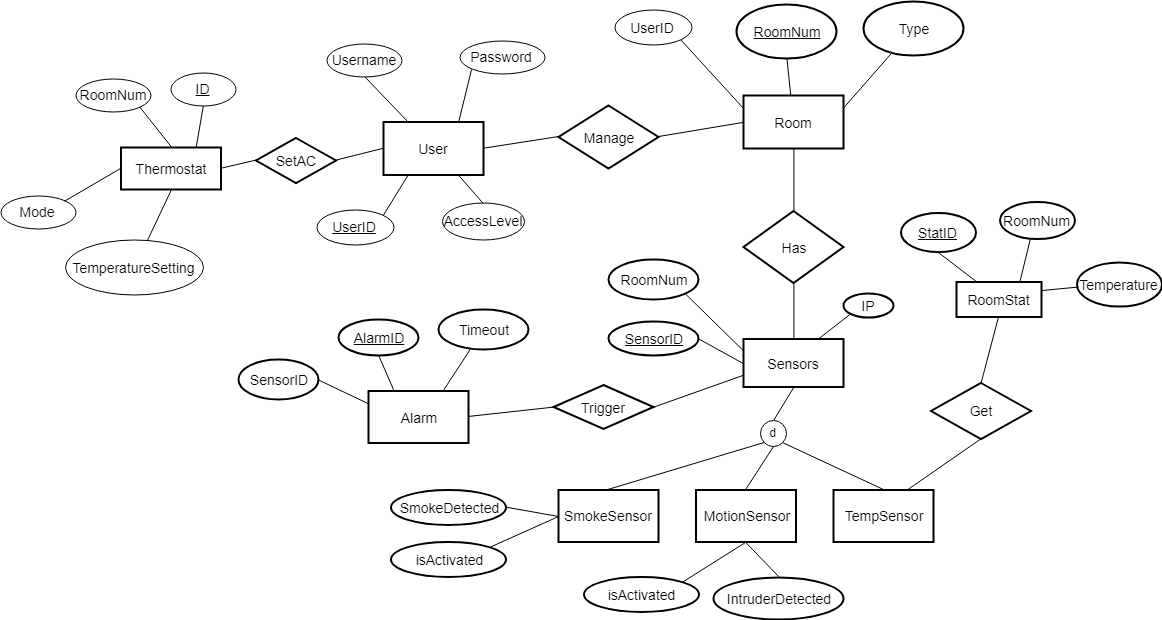
Above: ERD/RevisedERD.png in computationalmystic/Zephyr-group12 (draw.io), before the change. Source tidied: cells renumbered, new cells last; positions are measured from the earlier drawing's top-left corner, leaving out a move shared by most shapes. The source it was exported from:
```xml
<mxGraphModel background="#ffffff">
  <root>
    <mxCell id="0" />
    <mxCell id="1" parent="0" />
    <mxCell id="2" style="edgeStyle=none;rounded=0;html=1;entryX=0.5;entryY=1;entryDx=0;entryDy=0;endArrow=none;endFill=0;jettySize=auto;" parent="1" edge="1" source="4" target="7">
      <mxGeometry relative="1" as="geometry" />
    </mxCell>
    <mxCell id="3" style="edgeStyle=none;rounded=0;jettySize=auto;html=1;exitX=1;exitY=0.5;exitDx=0;exitDy=0;entryX=0;entryY=0.5;entryDx=0;entryDy=0;endArrow=none;endFill=0;" parent="1" edge="1" source="4" target="17">
      <mxGeometry relative="1" as="geometry" />
    </mxCell>
    <mxCell id="4" value="User" style="strokeWidth=2;whiteSpace=wrap;html=1;align=center;fontSize=14;" parent="1" vertex="1">
      <mxGeometry x="382" y="120.5" width="100" height="53" as="geometry" />
    </mxCell>
    <mxCell id="5" value="&lt;u&gt;&lt;font style=&quot;font-size: 14px&quot;&gt;UserID&lt;/font&gt;&lt;/u&gt;" style="ellipse;whiteSpace=wrap;html=1;" parent="1" vertex="1">
      <mxGeometry x="315" y="208" width="77" height="35" as="geometry" />
    </mxCell>
    <mxCell id="6" style="edgeStyle=none;rounded=0;html=1;endArrow=none;endFill=0;jettySize=auto;exitX=0.25;exitY=1;exitDx=0;exitDy=0;entryX=1;entryY=0;entryDx=0;entryDy=0;" parent="1" edge="1" source="4" target="5">
      <mxGeometry relative="1" as="geometry" />
    </mxCell>
    <mxCell id="7" value="&lt;font style=&quot;font-size: 14px&quot;&gt;Username&lt;/font&gt;" style="ellipse;whiteSpace=wrap;html=1;" parent="1" vertex="1">
      <mxGeometry x="325.5" y="42" width="75" height="33" as="geometry" />
    </mxCell>
    <mxCell id="8" value="&lt;font style=&quot;font-size: 14px&quot;&gt;Password&lt;/font&gt;" style="ellipse;whiteSpace=wrap;html=1;" parent="1" vertex="1">
      <mxGeometry x="458" y="39.5" width="85" height="33" as="geometry" />
    </mxCell>
    <mxCell id="9" style="edgeStyle=none;rounded=0;html=1;entryX=0;entryY=1;entryDx=0;entryDy=0;endArrow=none;endFill=0;jettySize=auto;exitX=0.75;exitY=0;exitDx=0;exitDy=0;" parent="1" edge="1" source="4" target="8">
      <mxGeometry relative="1" as="geometry" />
    </mxCell>
    <mxCell id="10" style="rounded=0;jettySize=auto;html=1;entryX=0.5;entryY=1;entryDx=0;entryDy=0;endArrow=none;endFill=0;" parent="1" edge="1" source="13" target="14">
      <mxGeometry relative="1" as="geometry" />
    </mxCell>
    <mxCell id="11" style="edgeStyle=none;rounded=0;jettySize=auto;html=1;exitX=1;exitY=0.25;exitDx=0;exitDy=0;endArrow=none;endFill=0;" parent="1" edge="1" source="13" target="15">
      <mxGeometry relative="1" as="geometry" />
    </mxCell>
    <mxCell id="12" style="edgeStyle=none;rounded=0;jettySize=auto;html=1;exitX=0.5;exitY=1;exitDx=0;exitDy=0;entryX=0.5;entryY=0;entryDx=0;entryDy=0;endArrow=none;endFill=0;" parent="1" edge="1" source="13" target="19">
      <mxGeometry relative="1" as="geometry" />
    </mxCell>
    <mxCell id="13" value="Room" style="strokeWidth=2;whiteSpace=wrap;html=1;align=center;fontSize=14;" parent="1" vertex="1">
      <mxGeometry x="742" y="94" width="100" height="53" as="geometry" />
    </mxCell>
    <mxCell id="14" value="&lt;font style=&quot;font-size: 14px&quot;&gt;&lt;u&gt;RoomNum&lt;/u&gt;&lt;/font&gt;" style="ellipse;whiteSpace=wrap;html=1;strokeWidth=2;" parent="1" vertex="1">
      <mxGeometry x="735" y="2.5" width="100" height="54" as="geometry" />
    </mxCell>
    <mxCell id="15" value="&lt;font style=&quot;font-size: 14px&quot;&gt;Type&lt;/font&gt;" style="ellipse;whiteSpace=wrap;html=1;strokeWidth=2;" parent="1" vertex="1">
      <mxGeometry x="862" y="-0.5" width="100" height="54" as="geometry" />
    </mxCell>
    <mxCell id="16" style="edgeStyle=none;rounded=0;jettySize=auto;html=1;exitX=1;exitY=0.5;exitDx=0;exitDy=0;entryX=0;entryY=0.5;entryDx=0;entryDy=0;endArrow=none;endFill=0;" parent="1" edge="1" source="17" target="13">
      <mxGeometry relative="1" as="geometry" />
    </mxCell>
    <mxCell id="17" value="Manage" style="shape=rhombus;strokeWidth=2;fontSize=17;perimeter=rhombusPerimeter;whiteSpace=wrap;html=1;align=center;fontSize=14;" parent="1" vertex="1">
      <mxGeometry x="557" y="104" width="100" height="63" as="geometry" />
    </mxCell>
    <mxCell id="18" style="edgeStyle=none;rounded=0;jettySize=auto;html=1;exitX=0.5;exitY=1;exitDx=0;exitDy=0;entryX=0.5;entryY=0;entryDx=0;entryDy=0;endArrow=none;endFill=0;" parent="1" edge="1" source="19" target="22">
      <mxGeometry relative="1" as="geometry" />
    </mxCell>
    <mxCell id="19" value="Has" style="shape=rhombus;strokeWidth=2;fontSize=17;perimeter=rhombusPerimeter;whiteSpace=wrap;html=1;align=center;fontSize=14;" parent="1" vertex="1">
      <mxGeometry x="742" y="209.5" width="100" height="72" as="geometry" />
    </mxCell>
    <mxCell id="20" style="edgeStyle=none;rounded=0;jettySize=auto;html=1;exitX=0;exitY=0.5;exitDx=0;exitDy=0;entryX=1;entryY=0.5;entryDx=0;entryDy=0;endArrow=none;endFill=0;" parent="1" edge="1" source="22" target="23">
      <mxGeometry relative="1" as="geometry" />
    </mxCell>
    <mxCell id="21" style="edgeStyle=none;rounded=0;jettySize=auto;html=1;exitX=0.5;exitY=1;exitDx=0;exitDy=0;entryX=0.5;entryY=0;entryDx=0;entryDy=0;endArrow=none;endFill=0;" parent="1" edge="1" source="22" target="27">
      <mxGeometry relative="1" as="geometry" />
    </mxCell>
    <mxCell id="22" value="Sensors" style="strokeWidth=2;whiteSpace=wrap;html=1;align=center;fontSize=14;" parent="1" vertex="1">
      <mxGeometry x="742" y="337.5" width="100" height="48" as="geometry" />
    </mxCell>
    <mxCell id="23" value="&lt;font style=&quot;font-size: 14px&quot;&gt;&lt;u&gt;SensorID&lt;/u&gt;&lt;/font&gt;" style="ellipse;whiteSpace=wrap;html=1;strokeWidth=2;" parent="1" vertex="1">
      <mxGeometry x="607" y="320" width="90" height="34" as="geometry" />
    </mxCell>
    <mxCell id="24" style="edgeStyle=none;rounded=0;jettySize=auto;html=1;exitX=0;exitY=1;exitDx=0;exitDy=0;entryX=0.5;entryY=0;entryDx=0;entryDy=0;endArrow=none;endFill=0;" parent="1" edge="1" source="27" target="29">
      <mxGeometry relative="1" as="geometry" />
    </mxCell>
    <mxCell id="25" style="edgeStyle=none;rounded=0;jettySize=auto;html=1;exitX=0.5;exitY=1;exitDx=0;exitDy=0;entryX=0.5;entryY=0;entryDx=0;entryDy=0;endArrow=none;endFill=0;" parent="1" edge="1" source="27" target="31">
      <mxGeometry relative="1" as="geometry" />
    </mxCell>
    <mxCell id="26" style="edgeStyle=none;rounded=0;jettySize=auto;html=1;exitX=1;exitY=1;exitDx=0;exitDy=0;entryX=0.5;entryY=0;entryDx=0;entryDy=0;endArrow=none;endFill=0;" parent="1" edge="1" source="27" target="33">
      <mxGeometry relative="1" as="geometry" />
    </mxCell>
    <mxCell id="27" value="d" style="ellipse;whiteSpace=wrap;html=1;" parent="1" vertex="1">
      <mxGeometry x="759" y="418.5" width="26" height="26" as="geometry" />
    </mxCell>
    <mxCell id="28" style="edgeStyle=none;rounded=0;jettySize=auto;html=1;exitX=0;exitY=0.5;exitDx=0;exitDy=0;endArrow=none;endFill=0;entryX=1;entryY=0.5;entryDx=0;entryDy=0;" parent="1" edge="1" source="29" target="48">
      <mxGeometry relative="1" as="geometry" />
    </mxCell>
    <mxCell id="29" value="SmokeSensor" style="strokeWidth=2;whiteSpace=wrap;html=1;align=center;fontSize=14;" parent="1" vertex="1">
      <mxGeometry x="557" y="488.5" width="100" height="52" as="geometry" />
    </mxCell>
    <mxCell id="30" style="edgeStyle=none;rounded=0;jettySize=auto;html=1;exitX=0.5;exitY=1;exitDx=0;exitDy=0;entryX=0.5;entryY=0;entryDx=0;entryDy=0;endArrow=none;endFill=0;" parent="1" edge="1" source="31" target="49">
      <mxGeometry relative="1" as="geometry" />
    </mxCell>
    <mxCell id="31" value="MotionSensor" style="strokeWidth=2;whiteSpace=wrap;html=1;align=center;fontSize=14;" parent="1" vertex="1">
      <mxGeometry x="694.5" y="488.5" width="100" height="52" as="geometry" />
    </mxCell>
    <mxCell id="32" style="edgeStyle=none;rounded=0;jettySize=auto;html=1;exitX=0.75;exitY=0;exitDx=0;exitDy=0;endArrow=none;endFill=0;entryX=0.5;entryY=1;entryDx=0;entryDy=0;" parent="1" edge="1" source="33" target="42">
      <mxGeometry relative="1" as="geometry" />
    </mxCell>
    <mxCell id="33" value="TempSensor" style="strokeWidth=2;whiteSpace=wrap;html=1;align=center;fontSize=14;" parent="1" vertex="1">
      <mxGeometry x="832" y="488.5" width="100" height="52" as="geometry" />
    </mxCell>
    <mxCell id="34" style="edgeStyle=none;rounded=0;jettySize=auto;html=1;exitX=0.25;exitY=0;exitDx=0;exitDy=0;endArrow=none;endFill=0;entryX=0.5;entryY=1;entryDx=0;entryDy=0;" parent="1" edge="1" source="37" target="38">
      <mxGeometry relative="1" as="geometry" />
    </mxCell>
    <mxCell id="35" style="edgeStyle=none;rounded=0;jettySize=auto;html=1;exitX=0.75;exitY=0;exitDx=0;exitDy=0;entryX=0.407;entryY=1;entryDx=0;entryDy=0;entryPerimeter=0;endArrow=none;endFill=0;" parent="1" edge="1" source="37" target="39">
      <mxGeometry relative="1" as="geometry" />
    </mxCell>
    <mxCell id="36" style="edgeStyle=none;rounded=0;jettySize=auto;html=1;exitX=1;exitY=0.25;exitDx=0;exitDy=0;endArrow=none;endFill=0;" parent="1" edge="1" source="37" target="40">
      <mxGeometry relative="1" as="geometry" />
    </mxCell>
    <mxCell id="37" value="RoomStat" style="strokeWidth=2;whiteSpace=wrap;html=1;align=center;fontSize=14;" parent="1" vertex="1">
      <mxGeometry x="955" y="280.5" width="85" height="35" as="geometry" />
    </mxCell>
    <mxCell id="38" value="&lt;span style=&quot;font-size: 14px&quot;&gt;&lt;u&gt;StatID&lt;/u&gt;&lt;/span&gt;" style="ellipse;whiteSpace=wrap;html=1;strokeWidth=2;" parent="1" vertex="1">
      <mxGeometry x="899" y="211.5" width="75" height="39" as="geometry" />
    </mxCell>
    <mxCell id="39" value="&lt;font style=&quot;font-size: 14px&quot;&gt;RoomNum&lt;/font&gt;" style="ellipse;whiteSpace=wrap;html=1;strokeWidth=2;" parent="1" vertex="1">
      <mxGeometry x="998" y="200.5" width="75" height="37" as="geometry" />
    </mxCell>
    <mxCell id="40" value="&lt;font style=&quot;font-size: 14px&quot;&gt;Temperature&lt;/font&gt;" style="ellipse;whiteSpace=wrap;html=1;strokeWidth=2;" parent="1" vertex="1">
      <mxGeometry x="1075" y="260.5" width="85" height="44" as="geometry" />
    </mxCell>
    <mxCell id="41" style="edgeStyle=none;rounded=0;jettySize=auto;html=1;exitX=0.5;exitY=0;exitDx=0;exitDy=0;entryX=0.5;entryY=1;entryDx=0;entryDy=0;endArrow=none;endFill=0;" parent="1" edge="1" source="42" target="37">
      <mxGeometry relative="1" as="geometry" />
    </mxCell>
    <mxCell id="42" value="Get" style="shape=rhombus;strokeWidth=2;fontSize=17;perimeter=rhombusPerimeter;whiteSpace=wrap;html=1;align=center;fontSize=14;" parent="1" vertex="1">
      <mxGeometry x="929.5" y="381.5" width="100" height="56" as="geometry" />
    </mxCell>
    <mxCell id="43" style="edgeStyle=none;rounded=0;jettySize=auto;html=1;exitX=0.25;exitY=0;exitDx=0;exitDy=0;entryX=0.5;entryY=1;entryDx=0;entryDy=0;endArrow=none;endFill=0;" parent="1" edge="1" source="45" target="46">
      <mxGeometry relative="1" as="geometry" />
    </mxCell>
    <mxCell id="44" style="edgeStyle=none;rounded=0;jettySize=auto;html=1;exitX=0.75;exitY=0;exitDx=0;exitDy=0;endArrow=none;endFill=0;" parent="1" edge="1" source="45" target="47">
      <mxGeometry relative="1" as="geometry" />
    </mxCell>
    <mxCell id="45" value="Alarm" style="strokeWidth=2;whiteSpace=wrap;html=1;align=center;fontSize=14;" parent="1" vertex="1">
      <mxGeometry x="367" y="389.5" width="100" height="52" as="geometry" />
    </mxCell>
    <mxCell id="46" value="&lt;font style=&quot;font-size: 14px&quot;&gt;&lt;u&gt;AlarmID&lt;/u&gt;&lt;/font&gt;" style="ellipse;whiteSpace=wrap;html=1;strokeWidth=2;" parent="1" vertex="1">
      <mxGeometry x="337" y="318" width="80" height="36" as="geometry" />
    </mxCell>
    <mxCell id="47" value="&lt;font style=&quot;font-size: 14px&quot;&gt;Timeout&lt;/font&gt;" style="ellipse;whiteSpace=wrap;html=1;strokeWidth=2;" parent="1" vertex="1">
      <mxGeometry x="437" y="308" width="90" height="40" as="geometry" />
    </mxCell>
    <mxCell id="48" value="&lt;font style=&quot;font-size: 14px&quot;&gt;SmokeDetected&lt;/font&gt;" style="ellipse;whiteSpace=wrap;html=1;strokeWidth=2;" parent="1" vertex="1">
      <mxGeometry x="389.5" y="488.5" width="115" height="35" as="geometry" />
    </mxCell>
    <mxCell id="49" value="&lt;font style=&quot;font-size: 14px&quot;&gt;IntruderDetected&lt;/font&gt;" style="ellipse;whiteSpace=wrap;html=1;strokeWidth=2;" parent="1" vertex="1">
      <mxGeometry x="712" y="575.5" width="130" height="42" as="geometry" />
    </mxCell>
    <mxCell id="50" style="edgeStyle=none;rounded=0;jettySize=auto;html=1;exitX=0;exitY=0.5;exitDx=0;exitDy=0;endArrow=none;endFill=0;entryX=1;entryY=0.5;entryDx=0;entryDy=0;" parent="1" edge="1" source="51" target="45">
      <mxGeometry relative="1" as="geometry" />
    </mxCell>
    <mxCell id="51" value="Trigger" style="shape=rhombus;strokeWidth=2;fontSize=17;perimeter=rhombusPerimeter;whiteSpace=wrap;html=1;align=center;fontSize=14;" parent="1" vertex="1">
      <mxGeometry x="552" y="383.5" width="100" height="44" as="geometry" />
    </mxCell>
    <mxCell id="52" style="edgeStyle=none;rounded=0;jettySize=auto;html=1;exitX=0;exitY=0.75;exitDx=0;exitDy=0;endArrow=none;endFill=0;entryX=1;entryY=0.5;entryDx=0;entryDy=0;" parent="1" edge="1" source="22" target="51">
      <mxGeometry relative="1" as="geometry" />
    </mxCell>
    <mxCell id="53" value="&lt;font style=&quot;font-size: 14px&quot;&gt;RoomNum&lt;/font&gt;" style="ellipse;whiteSpace=wrap;html=1;strokeWidth=2;" parent="1" vertex="1">
      <mxGeometry x="607" y="258" width="90" height="40" as="geometry" />
    </mxCell>
    <mxCell id="54" style="edgeStyle=none;rounded=0;jettySize=auto;html=1;entryX=1;entryY=1;entryDx=0;entryDy=0;endArrow=none;endFill=0;exitX=0;exitY=0.25;exitDx=0;exitDy=0;" parent="1" edge="1" source="22" target="53">
      <mxGeometry relative="1" as="geometry" />
    </mxCell>
    <mxCell id="55" value="&lt;font style=&quot;font-size: 14px&quot;&gt;IP&lt;/font&gt;" style="ellipse;whiteSpace=wrap;html=1;strokeWidth=2;" parent="1" vertex="1">
      <mxGeometry x="842" y="292" width="50" height="24" as="geometry" />
    </mxCell>
    <mxCell id="56" style="edgeStyle=none;rounded=0;jettySize=auto;html=1;entryX=0;entryY=1;entryDx=0;entryDy=0;endArrow=none;endFill=0;exitX=0.75;exitY=0;exitDx=0;exitDy=0;" parent="1" edge="1" source="22" target="55">
      <mxGeometry relative="1" as="geometry" />
    </mxCell>
    <mxCell id="57" style="edgeStyle=none;rounded=0;html=1;endArrow=none;endFill=0;jettySize=auto;exitX=0.75;exitY=1;exitDx=0;exitDy=0;entryX=0.5;entryY=0;entryDx=0;entryDy=0;" parent="1" edge="1" source="4" target="58">
      <mxGeometry relative="1" as="geometry" />
    </mxCell>
    <mxCell id="58" value="&lt;font style=&quot;font-size: 14px&quot;&gt;AccessLevel&lt;/font&gt;" style="ellipse;whiteSpace=wrap;html=1;" parent="1" vertex="1">
      <mxGeometry x="441" y="201.5" width="82" height="37" as="geometry" />
    </mxCell>
    <mxCell id="59" value="&lt;font style=&quot;font-size: 14px&quot;&gt;UserID&lt;/font&gt;" style="ellipse;whiteSpace=wrap;html=1;" parent="1" vertex="1">
      <mxGeometry x="613.5" y="9" width="77" height="35" as="geometry" />
    </mxCell>
    <mxCell id="60" style="edgeStyle=none;rounded=0;jettySize=auto;html=1;exitX=1;exitY=1;exitDx=0;exitDy=0;entryX=0;entryY=0.25;entryDx=0;entryDy=0;endArrow=none;endFill=0;" parent="1" edge="1" source="59" target="13">
      <mxGeometry relative="1" as="geometry" />
    </mxCell>
    <mxCell id="61" value="&lt;font style=&quot;font-size: 14px&quot;&gt;SensorID&lt;/font&gt;" style="ellipse;whiteSpace=wrap;html=1;strokeWidth=2;" parent="1" vertex="1">
      <mxGeometry x="237" y="358" width="80" height="40" as="geometry" />
    </mxCell>
    <mxCell id="62" style="edgeStyle=none;rounded=0;jettySize=auto;html=1;exitX=0;exitY=0.25;exitDx=0;exitDy=0;entryX=1;entryY=0.5;entryDx=0;entryDy=0;endArrow=none;endFill=0;" parent="1" edge="1" source="45" target="61">
      <mxGeometry relative="1" as="geometry" />
    </mxCell>
    <mxCell id="63" value="&lt;font style=&quot;font-size: 14px&quot;&gt;isActivated&lt;/font&gt;" style="ellipse;whiteSpace=wrap;html=1;strokeWidth=2;" parent="1" vertex="1">
      <mxGeometry x="389.5" y="540.5" width="115" height="35" as="geometry" />
    </mxCell>
    <mxCell id="64" style="edgeStyle=none;rounded=0;jettySize=auto;html=1;exitX=0;exitY=0.5;exitDx=0;exitDy=0;endArrow=none;endFill=0;entryX=1;entryY=0;entryDx=0;entryDy=0;" parent="1" edge="1" source="29" target="63">
      <mxGeometry relative="1" as="geometry" />
    </mxCell>
    <mxCell id="65" value="&lt;font style=&quot;font-size: 14px&quot;&gt;isActivated&lt;/font&gt;" style="ellipse;whiteSpace=wrap;html=1;strokeWidth=2;" parent="1" vertex="1">
      <mxGeometry x="582" y="575.5" width="115" height="35" as="geometry" />
    </mxCell>
    <mxCell id="66" style="edgeStyle=none;rounded=0;jettySize=auto;html=1;exitX=0.5;exitY=1;exitDx=0;exitDy=0;entryX=1;entryY=0;entryDx=0;entryDy=0;endArrow=none;endFill=0;" parent="1" edge="1" source="31" target="65">
      <mxGeometry relative="1" as="geometry" />
    </mxCell>
    <mxCell id="67" value="SetAC" style="shape=rhombus;strokeWidth=2;fontSize=17;perimeter=rhombusPerimeter;whiteSpace=wrap;html=1;align=center;fontSize=14;" parent="1" vertex="1">
      <mxGeometry x="254.5" y="136.5" width="80" height="45" as="geometry" />
    </mxCell>
    <mxCell id="68" style="edgeStyle=none;rounded=0;html=1;endArrow=none;endFill=0;jettySize=auto;exitX=0;exitY=0.5;exitDx=0;exitDy=0;entryX=1;entryY=0.5;entryDx=0;entryDy=0;" parent="1" edge="1" source="4" target="67">
      <mxGeometry relative="1" as="geometry" />
    </mxCell>
    <mxCell id="69" value="Thermostat" style="strokeWidth=2;whiteSpace=wrap;html=1;align=center;fontSize=14;" parent="1" vertex="1">
      <mxGeometry x="119.5" y="146" width="100" height="42" as="geometry" />
    </mxCell>
    <mxCell id="70" style="edgeStyle=none;rounded=0;html=1;endArrow=none;endFill=0;jettySize=auto;exitX=0;exitY=0.5;exitDx=0;exitDy=0;entryX=1;entryY=0.5;entryDx=0;entryDy=0;" parent="1" edge="1" source="67" target="69">
      <mxGeometry relative="1" as="geometry" />
    </mxCell>
    <mxCell id="71" value="&lt;u&gt;&lt;font style=&quot;font-size: 14px&quot;&gt;ID&lt;/font&gt;&lt;/u&gt;" style="ellipse;whiteSpace=wrap;html=1;" parent="1" vertex="1">
      <mxGeometry x="169.5" y="71" width="65" height="33" as="geometry" />
    </mxCell>
    <mxCell id="72" style="edgeStyle=none;rounded=0;html=1;endArrow=none;endFill=0;jettySize=auto;exitX=0.5;exitY=1;exitDx=0;exitDy=0;entryX=0.75;entryY=0;entryDx=0;entryDy=0;" parent="1" edge="1" source="71" target="69">
      <mxGeometry relative="1" as="geometry" />
    </mxCell>
    <mxCell id="73" value="&lt;font style=&quot;font-size: 14px&quot;&gt;RoomNum&lt;/font&gt;" style="ellipse;whiteSpace=wrap;html=1;" parent="1" vertex="1">
      <mxGeometry x="74.5" y="77" width="75" height="33" as="geometry" />
    </mxCell>
    <mxCell id="74" style="edgeStyle=none;rounded=0;html=1;entryX=1;entryY=1;entryDx=0;entryDy=0;endArrow=none;endFill=0;jettySize=auto;exitX=0.5;exitY=0;exitDx=0;exitDy=0;" parent="1" edge="1" source="69" target="73">
      <mxGeometry relative="1" as="geometry" />
    </mxCell>
    <mxCell id="75" value="&lt;font style=&quot;font-size: 14px&quot;&gt;Mode&lt;/font&gt;" style="ellipse;whiteSpace=wrap;html=1;" parent="1" vertex="1">
      <mxGeometry x="-0.5" y="194.5" width="75" height="33" as="geometry" />
    </mxCell>
    <mxCell id="76" value="&lt;font style=&quot;font-size: 14px&quot;&gt;TemperatureSetting&lt;/font&gt;" style="ellipse;whiteSpace=wrap;html=1;" parent="1" vertex="1">
      <mxGeometry x="64" y="239" width="138" height="55" as="geometry" />
    </mxCell>
    <mxCell id="77" style="edgeStyle=none;rounded=0;html=1;entryX=1;entryY=0;entryDx=0;entryDy=0;endArrow=none;endFill=0;jettySize=auto;exitX=0;exitY=0.5;exitDx=0;exitDy=0;" parent="1" edge="1" source="69" target="75">
      <mxGeometry relative="1" as="geometry" />
    </mxCell>
    <mxCell id="78" style="edgeStyle=none;rounded=0;html=1;endArrow=none;endFill=0;jettySize=auto;exitX=0.5;exitY=1;exitDx=0;exitDy=0;" parent="1" edge="1" source="69" target="76">
      <mxGeometry relative="1" as="geometry" />
    </mxCell>
  </root>
</mxGraphModel>
```
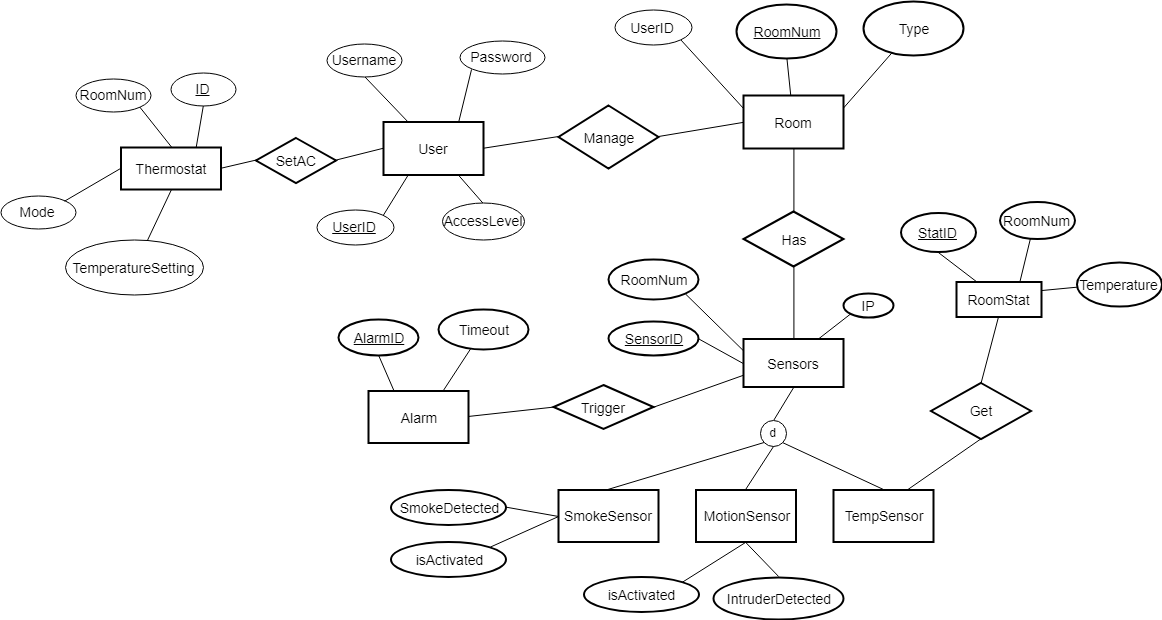
The same file after the commit.

The edit, as a diff of the source:
```diff
@@ -54,7 +54,7 @@
       <mxGeometry relative="1" as="geometry" />
     </mxCell>
     <mxCell id="19" value="Has" style="shape=rhombus;strokeWidth=2;fontSize=17;perimeter=rhombusPerimeter;whiteSpace=wrap;html=1;align=center;fontSize=14;" parent="1" vertex="1">
-      <mxGeometry x="742" y="209.5" width="100" height="72" as="geometry" />
+      <mxGeometry x="742" y="210" width="100" height="55" as="geometry" />
     </mxCell>
     <mxCell id="20" style="edgeStyle=none;rounded=0;jettySize=auto;html=1;exitX=0;exitY=0.5;exitDx=0;exitDy=0;entryX=1;entryY=0.5;entryDx=0;entryDy=0;endArrow=none;endFill=0;" parent="1" edge="1" source="22" target="23">
       <mxGeometry relative="1" as="geometry" />
@@ -179,12 +179,6 @@
     <mxCell id="60" style="edgeStyle=none;rounded=0;jettySize=auto;html=1;exitX=1;exitY=1;exitDx=0;exitDy=0;entryX=0;entryY=0.25;entryDx=0;entryDy=0;endArrow=none;endFill=0;" parent="1" edge="1" source="59" target="13">
       <mxGeometry relative="1" as="geometry" />
     </mxCell>
-    <mxCell id="61" value="&lt;font style=&quot;font-size: 14px&quot;&gt;SensorID&lt;/font&gt;" style="ellipse;whiteSpace=wrap;html=1;strokeWidth=2;" parent="1" vertex="1">
-      <mxGeometry x="237" y="358" width="80" height="40" as="geometry" />
-    </mxCell>
-    <mxCell id="62" style="edgeStyle=none;rounded=0;jettySize=auto;html=1;exitX=0;exitY=0.25;exitDx=0;exitDy=0;entryX=1;entryY=0.5;entryDx=0;entryDy=0;endArrow=none;endFill=0;" parent="1" edge="1" source="45" target="61">
-      <mxGeometry relative="1" as="geometry" />
-    </mxCell>
     <mxCell id="63" value="&lt;font style=&quot;font-size: 14px&quot;&gt;isActivated&lt;/font&gt;" style="ellipse;whiteSpace=wrap;html=1;strokeWidth=2;" parent="1" vertex="1">
       <mxGeometry x="389.5" y="540.5" width="115" height="35" as="geometry" />
     </mxCell>
```
